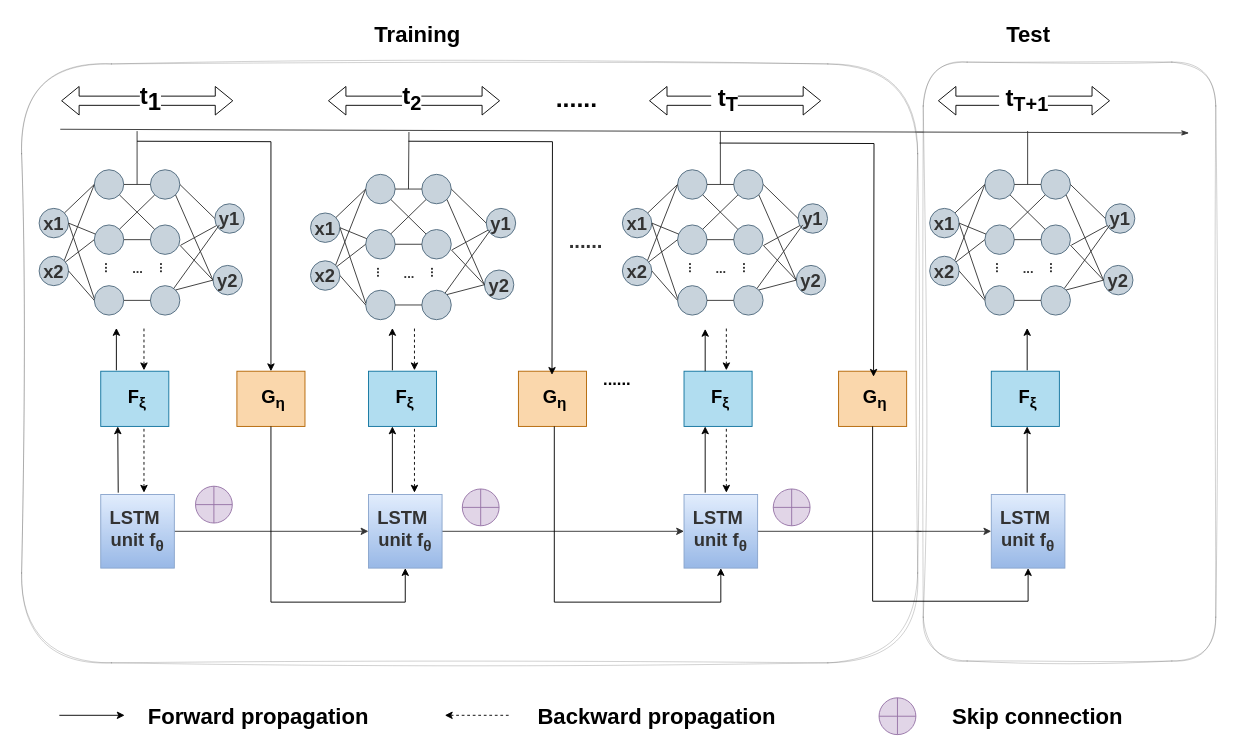
Earlier version of the draw.io diagram 未命名绘图.drawio (lilang0710/ll). Source tidied: cells renumbered, new cells numbered last; positions are measured from the earlier drawing's top-left corner, leaving out a move shared by most shapes. Both pictures are drawn from the tidied source at 92%, with x=0, y=0 at pixel (21, 16).
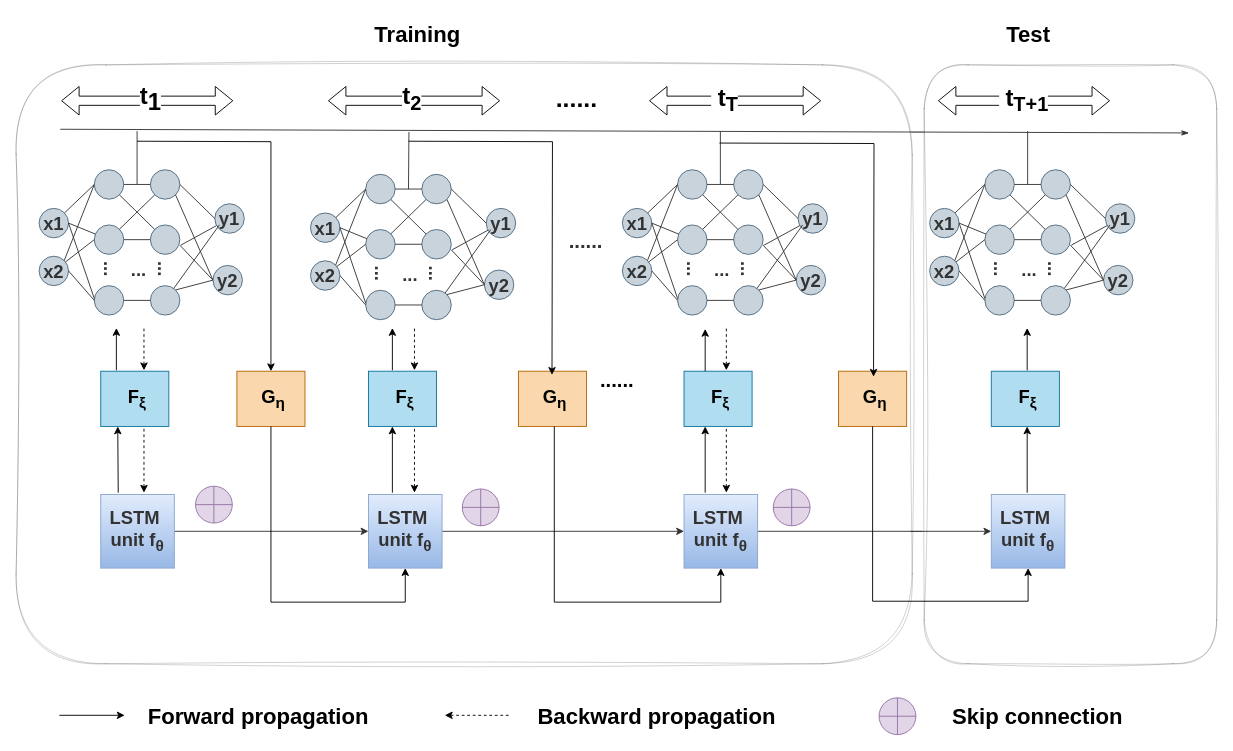
After the change.

Commit message:
更新未命名绘图.drawio

Change to the diagram source:
```diff
@@
-    <mxCell id="31" value="&lt;b&gt;&lt;font style=&quot;font-size: 14px;&quot;&gt;...&lt;/font&gt;&lt;/b&gt;" style="text;html=1;align=center;verticalAlign=middle;strokeColor=none;fillColor=none;rotation=90;" parent="1" vertex="1">
-      <mxGeometry x="82" y="259" width="30" height="29" as="geometry" />
+    <mxCell id="31" value="&lt;font size=&quot;1&quot;&gt;&lt;b&gt;&lt;font style=&quot;font-size: 20px;&quot;&gt;...&lt;/font&gt;&lt;/b&gt;&lt;/font&gt;" style="text;html=1;align=center;verticalAlign=middle;strokeColor=none;fillColor=none;rotation=90;" parent="1" vertex="1">
+      <mxGeometry x="80" y="256" width="35" height="36" as="geometry" />
     </mxCell>
-    <mxCell id="32" value="&lt;font size=&quot;1&quot;&gt;&lt;b style=&quot;font-size: 14px;&quot;&gt;...&lt;/b&gt;&lt;/font&gt;" style="text;html=1;align=center;verticalAlign=middle;strokeColor=none;fillColor=none;rotation=90;" parent="1" vertex="1">
-      <mxGeometry x="141" y="259" width="30" height="29" as="geometry" />
+    <mxCell id="32" value="&lt;font size=&quot;1&quot;&gt;&lt;b style=&quot;font-size: 20px;&quot;&gt;...&lt;/b&gt;&lt;/font&gt;" style="text;html=1;align=center;verticalAlign=middle;strokeColor=none;fillColor=none;rotation=90;" parent="1" vertex="1">
+      <mxGeometry x="139" y="256" width="35" height="36" as="geometry" />
     </mxCell>
-    <mxCell id="33" value="&lt;font size=&quot;1&quot;&gt;&lt;b style=&quot;font-size: 14px;&quot;&gt;...&lt;/b&gt;&lt;/font&gt;" style="text;html=1;align=center;verticalAlign=middle;strokeColor=none;fillColor=none;" parent="1" vertex="1">
-      <mxGeometry x="111" y="260" width="30" height="29" as="geometry" />
+    <mxCell id="33" value="&lt;font size=&quot;1&quot;&gt;&lt;b style=&quot;font-size: 20px;&quot;&gt;...&lt;/b&gt;&lt;/font&gt;" style="text;html=1;align=center;verticalAlign=middle;strokeColor=none;fillColor=none;" parent="1" vertex="1">
+      <mxGeometry x="109" y="257" width="35" height="36" as="geometry" />
     </mxCell>
@@
-    <mxCell id="65" value="&lt;b&gt;&lt;font style=&quot;font-size: 14px;&quot;&gt;...&lt;/font&gt;&lt;/b&gt;" style="text;html=1;align=center;verticalAlign=middle;strokeColor=none;fillColor=none;rotation=90;" parent="1" vertex="1">
-      <mxGeometry x="377" y="264" width="30" height="29" as="geometry" />
+    <mxCell id="65" value="&lt;font size=&quot;1&quot;&gt;&lt;b&gt;&lt;font style=&quot;font-size: 20px;&quot;&gt;...&lt;/font&gt;&lt;/b&gt;&lt;/font&gt;" style="text;html=1;align=center;verticalAlign=middle;strokeColor=none;fillColor=none;rotation=90;" parent="1" vertex="1">
+      <mxGeometry x="375" y="261" width="35" height="36" as="geometry" />
     </mxCell>
-    <mxCell id="66" value="&lt;font size=&quot;1&quot;&gt;&lt;b style=&quot;font-size: 14px;&quot;&gt;...&lt;/b&gt;&lt;/font&gt;" style="text;html=1;align=center;verticalAlign=middle;strokeColor=none;fillColor=none;rotation=90;" parent="1" vertex="1">
-      <mxGeometry x="436" y="264" width="30" height="29" as="geometry" />
+    <mxCell id="66" value="&lt;font size=&quot;1&quot;&gt;&lt;b style=&quot;font-size: 20px;&quot;&gt;...&lt;/b&gt;&lt;/font&gt;" style="text;html=1;align=center;verticalAlign=middle;strokeColor=none;fillColor=none;rotation=90;" parent="1" vertex="1">
+      <mxGeometry x="434" y="261" width="35" height="36" as="geometry" />
     </mxCell>
-    <mxCell id="67" value="&lt;font size=&quot;1&quot;&gt;&lt;b style=&quot;font-size: 14px;&quot;&gt;...&lt;/b&gt;&lt;/font&gt;" style="text;html=1;align=center;verticalAlign=middle;strokeColor=none;fillColor=none;" parent="1" vertex="1">
-      <mxGeometry x="406" y="265" width="30" height="29" as="geometry" />
+    <mxCell id="67" value="&lt;font size=&quot;1&quot;&gt;&lt;b style=&quot;font-size: 20px;&quot;&gt;...&lt;/b&gt;&lt;/font&gt;" style="text;html=1;align=center;verticalAlign=middle;strokeColor=none;fillColor=none;" parent="1" vertex="1">
+      <mxGeometry x="404" y="262" width="35" height="36" as="geometry" />
     </mxCell>
@@
-    <mxCell id="96" value="&lt;b&gt;&lt;font style=&quot;font-size: 14px;&quot;&gt;...&lt;/font&gt;&lt;/b&gt;" style="text;html=1;align=center;verticalAlign=middle;strokeColor=none;fillColor=none;rotation=90;" parent="1" vertex="1">
-      <mxGeometry x="716" y="259" width="30" height="29" as="geometry" />
+    <mxCell id="96" value="&lt;font size=&quot;1&quot;&gt;&lt;font style=&quot;font-size: 20px;&quot;&gt;&lt;b&gt;...&lt;/b&gt;&lt;/font&gt;&lt;/font&gt;" style="text;html=1;align=center;verticalAlign=middle;strokeColor=none;fillColor=none;rotation=90;" parent="1" vertex="1">
+      <mxGeometry x="714" y="256" width="35" height="36" as="geometry" />
     </mxCell>
-    <mxCell id="97" value="&lt;font size=&quot;1&quot;&gt;&lt;b style=&quot;font-size: 14px;&quot;&gt;...&lt;/b&gt;&lt;/font&gt;" style="text;html=1;align=center;verticalAlign=middle;strokeColor=none;fillColor=none;rotation=90;" parent="1" vertex="1">
-      <mxGeometry x="775" y="259" width="30" height="29" as="geometry" />
+    <mxCell id="97" value="&lt;b&gt;&lt;font style=&quot;font-size: 20px;&quot;&gt;...&lt;/font&gt;&lt;/b&gt;" style="text;html=1;align=center;verticalAlign=middle;strokeColor=none;fillColor=none;rotation=90;" parent="1" vertex="1">
+      <mxGeometry x="773" y="256" width="35" height="36" as="geometry" />
     </mxCell>
-    <mxCell id="98" value="&lt;font size=&quot;1&quot;&gt;&lt;b style=&quot;font-size: 14px;&quot;&gt;...&lt;/b&gt;&lt;/font&gt;" style="text;html=1;align=center;verticalAlign=middle;strokeColor=none;fillColor=none;" parent="1" vertex="1">
-      <mxGeometry x="745" y="260" width="30" height="29" as="geometry" />
+    <mxCell id="98" value="&lt;font size=&quot;1&quot;&gt;&lt;span style=&quot;font-size: 20px;&quot;&gt;&lt;b&gt;...&lt;/b&gt;&lt;/span&gt;&lt;/font&gt;" style="text;html=1;align=center;verticalAlign=middle;strokeColor=none;fillColor=none;" parent="1" vertex="1">
+      <mxGeometry x="743" y="257" width="35" height="36" as="geometry" />
     </mxCell>
@@
-    <mxCell id="129" value="&lt;b&gt;&lt;font style=&quot;font-size: 14px;&quot;&gt;...&lt;/font&gt;&lt;/b&gt;" style="text;html=1;align=center;verticalAlign=middle;strokeColor=none;fillColor=none;rotation=90;" parent="1" vertex="1">
-      <mxGeometry x="1050" y="259" width="30" height="29" as="geometry" />
+    <mxCell id="129" value="&lt;font size=&quot;1&quot;&gt;&lt;font style=&quot;font-size: 20px;&quot;&gt;&lt;b&gt;...&lt;/b&gt;&lt;/font&gt;&lt;/font&gt;" style="text;html=1;align=center;verticalAlign=middle;strokeColor=none;fillColor=none;rotation=90;" parent="1" vertex="1">
+      <mxGeometry x="1048" y="256" width="35" height="36" as="geometry" />
     </mxCell>
-    <mxCell id="130" value="&lt;font size=&quot;1&quot;&gt;&lt;b style=&quot;font-size: 14px;&quot;&gt;...&lt;/b&gt;&lt;/font&gt;" style="text;html=1;align=center;verticalAlign=middle;strokeColor=none;fillColor=none;rotation=90;" parent="1" vertex="1">
-      <mxGeometry x="1109" y="259" width="30" height="29" as="geometry" />
+    <mxCell id="130" value="&lt;font size=&quot;1&quot;&gt;&lt;span style=&quot;font-size: 20px;&quot;&gt;&lt;b&gt;...&lt;/b&gt;&lt;/span&gt;&lt;/font&gt;" style="text;html=1;align=center;verticalAlign=middle;strokeColor=none;fillColor=none;rotation=90;" parent="1" vertex="1">
+      <mxGeometry x="1107" y="256" width="35" height="36" as="geometry" />
     </mxCell>
-    <mxCell id="131" value="&lt;font size=&quot;1&quot;&gt;&lt;b style=&quot;font-size: 14px;&quot;&gt;...&lt;/b&gt;&lt;/font&gt;" style="text;html=1;align=center;verticalAlign=middle;strokeColor=none;fillColor=none;" parent="1" vertex="1">
-      <mxGeometry x="1079" y="260" width="30" height="29" as="geometry" />
+    <mxCell id="131" value="&lt;font size=&quot;1&quot;&gt;&lt;span style=&quot;font-size: 20px;&quot;&gt;&lt;b&gt;...&lt;/b&gt;&lt;/span&gt;&lt;/font&gt;" style="text;html=1;align=center;verticalAlign=middle;strokeColor=none;fillColor=none;" parent="1" vertex="1">
+      <mxGeometry x="1077" y="257" width="35" height="36" as="geometry" />
     </mxCell>
@@
     <mxCell id="135" style="rounded=1;whiteSpace=wrap;html=1;sketch=1;curveFitting=1;jiggle=2;shadow=0;opacity=20;" parent="1" vertex="1">
-      <mxGeometry y="52" width="974" height="651" as="geometry" />
+      <mxGeometry x="-6" y="53" width="974" height="651" as="geometry" />
     </mxCell>
     <mxCell id="136" style="rounded=1;whiteSpace=wrap;html=1;sketch=1;curveFitting=1;jiggle=2;shadow=0;opacity=20;" parent="1" vertex="1">
-      <mxGeometry x="980" y="50" width="318" height="651" as="geometry" />
+      <mxGeometry x="981" y="53" width="318" height="651" as="geometry" />
     </mxCell>
@@
-    <mxCell id="139" value="&lt;font style=&quot;font-size: 18px;&quot;&gt;&lt;b style=&quot;font-size: 18px;&quot;&gt;...&lt;/b&gt;&lt;/font&gt;&lt;font style=&quot;font-size: 18px;&quot;&gt;&lt;b style=&quot;font-size: 18px;&quot;&gt;...&lt;/b&gt;&lt;/font&gt;" style="edgeLabel;html=1;align=center;verticalAlign=middle;" parent="1" vertex="1">
+    <mxCell id="139" value="&lt;b&gt;&lt;font style=&quot;font-size: 22px;&quot;&gt;...&lt;font style=&quot;font-size: 22px;&quot;&gt;...&lt;/font&gt;&lt;/font&gt;&lt;/b&gt;" style="edgeLabel;html=1;align=center;verticalAlign=middle;" parent="1" vertex="1">
       <mxGeometry x="640" y="403" as="geometry">
-        <mxPoint x="6" y="-9" as="offset" />
+        <mxPoint x="6" y="-7" as="offset" />
       </mxGeometry>
     </mxCell>
```
